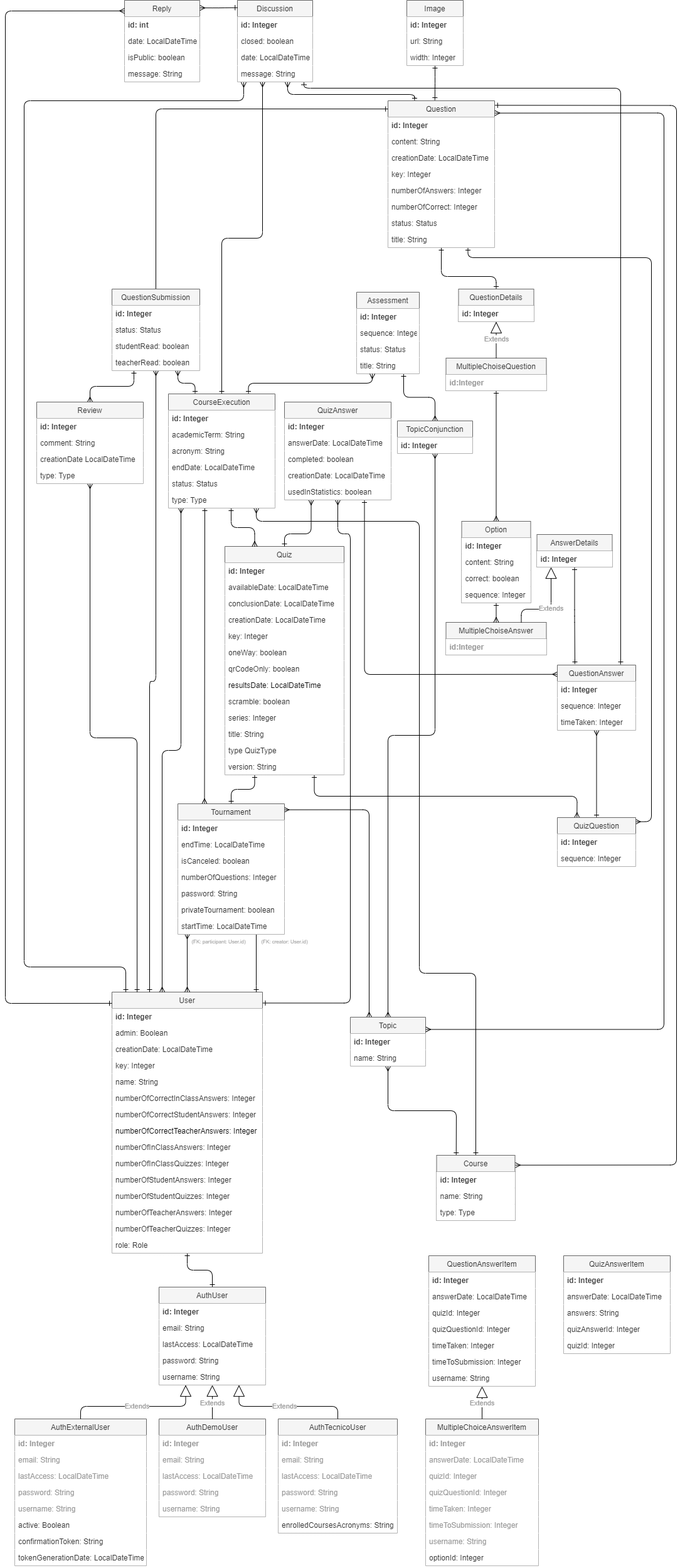
Earlier version of the draw.io export documentation/pictures/Data Model View.png (dmmnjaws/ASoft-2020-2021-quizzes-tutor-arquitecture-documentation). Source tidied: cells renumbered, new cells last; positions are measured from the earlier drawing's top-left corner, leaving out a move shared by most shapes.
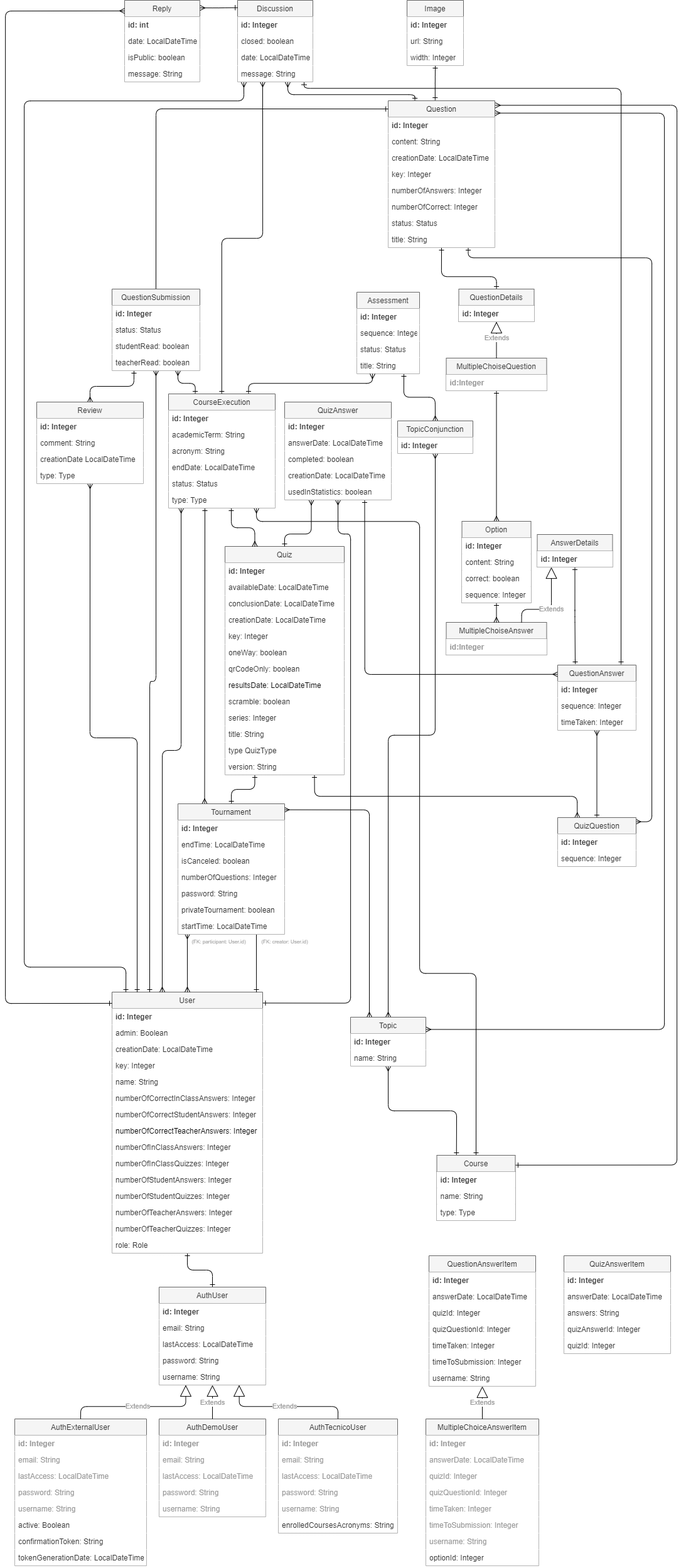
The same file after the commit.

Commit message:
patch & complete Data Model; complete Uses Model

Diff of the diagram source:
```diff
@@ -190,7 +190,7 @@
         </Array>
       </mxGeometry>
     </mxCell>
-    <mxCell id="55" style="edgeStyle=orthogonalEdgeStyle;rounded=1;jettySize=auto;html=1;exitX=1.005;exitY=0.031;exitDx=0;exitDy=0;entryX=1.003;entryY=0.151;entryDx=0;entryDy=0;startArrow=ERone;startFill=0;endArrow=ERmany;endFill=0;fontColor=#999999;entryPerimeter=0;exitPerimeter=0;" parent="1" edge="1" source="58" target="142">
+    <mxCell id="55" style="edgeStyle=orthogonalEdgeStyle;rounded=1;jettySize=auto;html=1;exitX=1.005;exitY=0.031;exitDx=0;exitDy=0;entryX=1.003;entryY=0.151;entryDx=0;entryDy=0;startArrow=ERmany;startFill=0;endArrow=ERone;endFill=0;fontColor=#999999;entryPerimeter=0;exitPerimeter=0;" parent="1" edge="1" source="58" target="142">
       <mxGeometry relative="1" as="geometry">
         <Array as="points">
           <mxPoint x="1070" y="167" />
```
